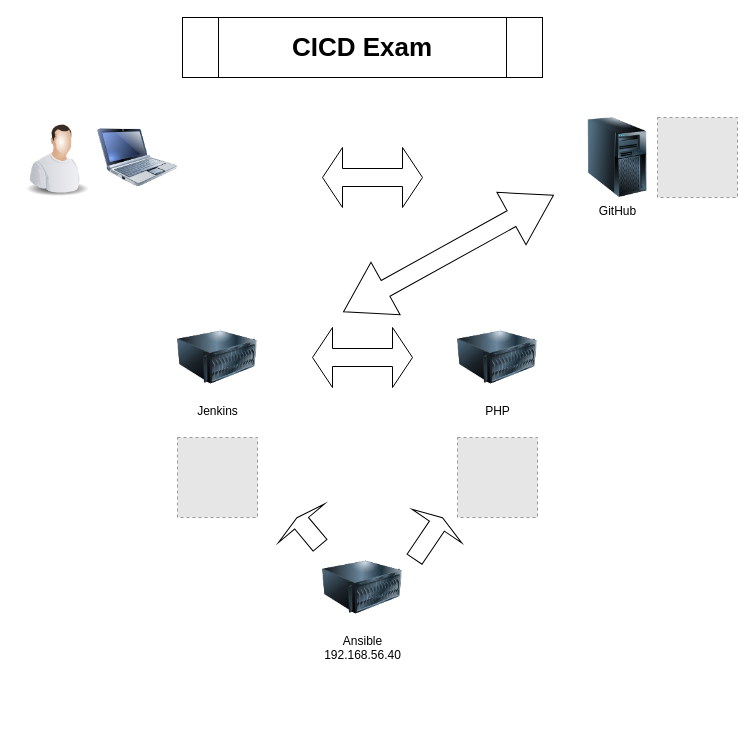
Earlier version of the draw.io diagram images/cicd_xam_overview.drawio (sferentzi/cicd_xam). Source tidied: cells renumbered, new cells numbered last; positions are measured from the earlier drawing's top-left corner, leaving out a move shared by most shapes. Both pictures are drawn from the tidied source at 100%, with x=0, y=0 at pixel (17, 17). Pictures stored in the file or linked from it are replaced by grey dashed boxes.
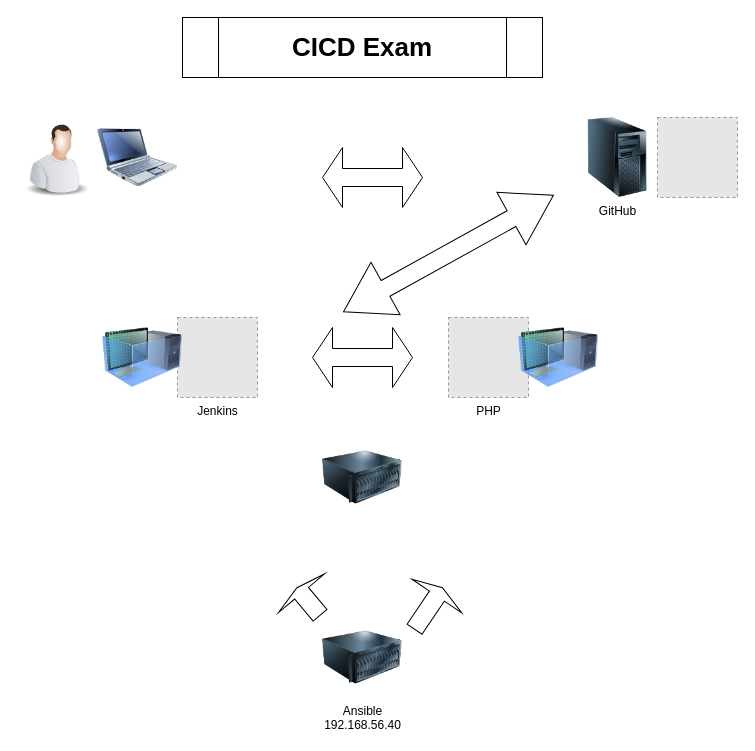
Above is the later version.

The edit, as a diff of the source:
```diff
@@
 <mxGraphModel>
   <root>
     <mxCell id="0" />
     <mxCell id="1" parent="0" />
-    <mxCell id="2" value="Jenkins" style="image;html=1;labelBackgroundColor=#ffffff;image=img/lib/clip_art/computers/Server_128x128.png;" parent="1" vertex="1">
-      <mxGeometry x="160" y="300" width="80" height="80" as="geometry" />
-    </mxCell>
-    <mxCell id="3" value="&lt;div&gt;PHP&lt;br&gt;&lt;/div&gt;" style="image;html=1;labelBackgroundColor=#ffffff;image=img/lib/clip_art/computers/Server_128x128.png;" parent="1" vertex="1">
-      <mxGeometry x="440" y="300" width="80" height="80" as="geometry" />
-    </mxCell>
     <mxCell id="4" value="GitHub" style="image;html=1;labelBackgroundColor=#ffffff;image=img/lib/clip_art/computers/Server_Tower_128x128.png;" parent="1" vertex="1">
       <mxGeometry x="560" y="100" width="80" height="80" as="geometry" />
     </mxCell>
     <mxCell id="5" value="&lt;div&gt;Ansible&lt;/div&gt;&lt;div&gt;192.168.56.40&lt;br&gt;&lt;/div&gt;" style="image;html=1;labelBackgroundColor=#ffffff;image=img/lib/clip_art/computers/Server_128x128.png;" parent="1" vertex="1">
-      <mxGeometry x="305" y="530" width="80" height="80" as="geometry" />
+      <mxGeometry x="305" y="600" width="80" height="80" as="geometry" />
     </mxCell>
     <mxCell id="6" style="fillColor=#E6E6E6;strokeColor=#999999;dashed=1;html=1;verticalAlign=top;verticalLabelPosition=bottom;labelBackgroundColor=#ffffff;" parent="1" vertex="1">
       <mxGeometry x="640" y="100" width="80" height="80" as="geometry" />
     </mxCell>
-    <mxCell id="7" style="fillColor=#E6E6E6;strokeColor=#999999;dashed=1;html=1;verticalAlign=top;verticalLabelPosition=bottom;labelBackgroundColor=#ffffff;" parent="1" vertex="1">
-      <mxGeometry x="440" y="420" width="80" height="80" as="geometry" />
+    <mxCell id="7" value="PHP" style="fillColor=#E6E6E6;strokeColor=#999999;dashed=1;html=1;verticalAlign=top;verticalLabelPosition=bottom;labelBackgroundColor=#ffffff;" parent="1" vertex="1">
+      <mxGeometry x="431" y="300" width="80" height="80" as="geometry" />
     </mxCell>
-    <mxCell id="8" style="fillColor=#E6E6E6;strokeColor=#999999;dashed=1;html=1;verticalAlign=top;verticalLabelPosition=bottom;labelBackgroundColor=#ffffff;" parent="1" vertex="1">
-      <mxGeometry x="160" y="420" width="80" height="80" as="geometry" />
+    <mxCell id="8" value="Jenkins" style="fillColor=#E6E6E6;strokeColor=#999999;dashed=1;html=1;verticalAlign=top;verticalLabelPosition=bottom;labelBackgroundColor=#ffffff;" parent="1" vertex="1">
+      <mxGeometry x="160" y="300" width="80" height="80" as="geometry" />
     </mxCell>
     <mxCell id="9" value="CICD Exam" style="shape=process;whiteSpace=wrap;html=1;backgroundOutline=1;fontSize=26;fontStyle=1;labelBackgroundColor=#ffffff;" parent="1" vertex="1">
       <mxGeometry x="165" width="360" height="60" as="geometry" />
     </mxCell>
     <mxCell id="10" style="image;html=1;labelBackgroundColor=#ffffff;image=img/lib/clip_art/computers/Netbook_128x128.png;fontSize=26;" parent="1" vertex="1">
       <mxGeometry x="80" y="100" width="80" height="80" as="geometry" />
     </mxCell>
     <mxCell id="11" style="image;html=1;labelBackgroundColor=#ffffff;image=img/lib/clip_art/people/Worker_Man_128x128.png;fontSize=26;" parent="1" vertex="1">
       <mxGeometry y="100" width="80" height="80" as="geometry" />
     </mxCell>
     <mxCell id="12" style="shape=doubleArrow;whiteSpace=wrap;html=1;fontSize=26;rotation=-29;" parent="1" vertex="1">
       <mxGeometry x="311" y="206" width="240" height="60" as="geometry" />
     </mxCell>
     <mxCell id="13" style="shape=doubleArrow;whiteSpace=wrap;html=1;fontSize=26;" parent="1" vertex="1">
       <mxGeometry x="295" y="310" width="100" height="60" as="geometry" />
     </mxCell>
     <mxCell id="14" style="shape=doubleArrow;whiteSpace=wrap;html=1;fontSize=26;" parent="1" vertex="1">
       <mxGeometry x="305" y="130" width="100" height="60" as="geometry" />
     </mxCell>
     <mxCell id="15" style="shape=singleArrow;direction=north;whiteSpace=wrap;html=1;labelBackgroundColor=#4D9900;fillColor=none;fontSize=26;rotation=-40;" parent="1" vertex="1">
-      <mxGeometry x="261" y="496" width="60" height="36" as="geometry" />
+      <mxGeometry x="261" y="566" width="60" height="36" as="geometry" />
     </mxCell>
     <mxCell id="16" style="shape=singleArrow;direction=north;whiteSpace=wrap;html=1;labelBackgroundColor=#4D9900;fillColor=none;fontSize=26;rotation=34;" parent="1" vertex="1">
-      <mxGeometry x="381" y="496" width="60" height="50" as="geometry" />
+      <mxGeometry x="381" y="566" width="60" height="50" as="geometry" />
     </mxCell>
+    <mxCell id="17" style="image;html=1;labelBackgroundColor=#ffffff;image=img/lib/clip_art/computers/Server_128x128.png;" parent="1" vertex="1">
+      <mxGeometry x="305" y="420" width="80" height="80" as="geometry" />
+    </mxCell>
+    <mxCell id="18" style="image;html=1;labelBackgroundColor=#ffffff;image=img/lib/clip_art/computers/Virtual_Machine_128x128.png;" parent="1" vertex="1">
+      <mxGeometry x="85" y="300" width="80" height="80" as="geometry" />
+    </mxCell>
+    <mxCell id="19" style="image;html=1;labelBackgroundColor=#ffffff;image=img/lib/clip_art/computers/Virtual_Machine_128x128.png;" parent="1" vertex="1">
+      <mxGeometry x="501" y="300" width="80" height="80" as="geometry" />
+    </mxCell>
   </root>
 </mxGraphModel>
```
